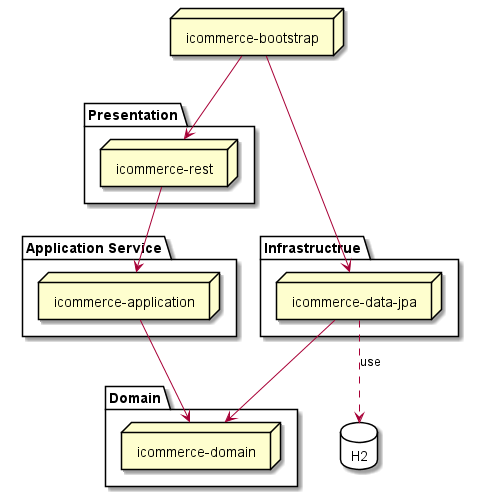
Before: Architecture.png, a diagram exported from PlantUML (khanhnguyen18/cfs-event).
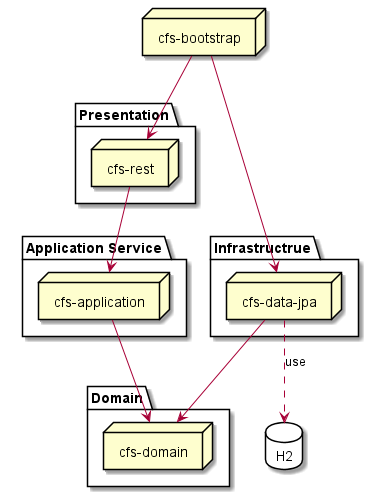
The same file after the commit.

The edit, as a diff of the source:
```diff
@@ -1,21 +1,21 @@
 @startuml
-node "icommerce-bootstrap"
+node "cfs-bootstrap"
 
 package "Presentation" {
-  node "icommerce-rest"
+  node "cfs-rest"
 }
 
 package "Domain" {
-  node "icommerce-domain"
+  node "cfs-domain"
 }
 
 
 package "Application Service" {
-  node "icommerce-application"
+  node "cfs-application"
 }
 
 package "Infrastructrue" {
-  node "icommerce-data-jpa"
+  node "cfs-data-jpa"
 }
 
 database "H2" {
@@ -23,14 +23,14 @@
 }
 
 
-[icommerce-bootstrap] --> [icommerce-rest]
-[icommerce-bootstrap] --> [icommerce-data-jpa]
+[cfs-bootstrap] --> [cfs-rest]
+[cfs-bootstrap] --> [cfs-data-jpa]
 
-[icommerce-data-jpa] --> [icommerce-domain]
-[icommerce-application] --> [icommerce-domain]
+[cfs-data-jpa] --> [cfs-domain]
+[cfs-application] --> [cfs-domain]
 
-[icommerce-rest] --> [icommerce-application]
-[icommerce-data-jpa] -[dashed]->H2 : use
+[cfs-rest] --> [cfs-application]
+[cfs-data-jpa] -[dashed]->H2 : use
 
 
 @enduml
```
